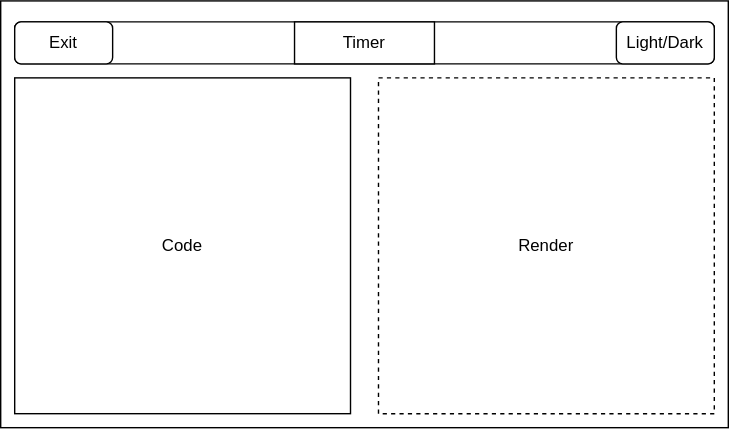
The draw.io diagram docs/wireframes/game_screen.svg in cse110-sp26-group23/cse110-sp26-group23, before a commit. Source tidied: cells renumbered, new cells last; positions are measured from the earlier drawing's top-left corner, leaving out a move shared by most shapes.
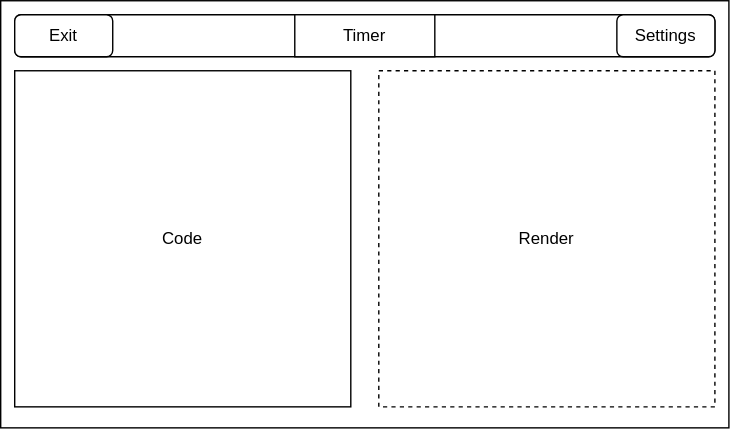
Above is the later version.

Commit message:
Update wireframes with settings, exit, play again

Diff of the diagram source:
```diff
@@ -8,7 +8,7 @@
     <mxCell id="3" value="Exit" style="rounded=1;whiteSpace=wrap;html=1;" parent="1" vertex="1">
       <mxGeometry x="10" y="15" width="70" height="30" as="geometry" />
     </mxCell>
-    <mxCell id="4" value="Light/Dark" style="rounded=1;whiteSpace=wrap;html=1;" parent="1" vertex="1">
+    <mxCell id="4" value="Settings" style="rounded=1;whiteSpace=wrap;html=1;" parent="1" vertex="1">
       <mxGeometry x="440" y="15" width="70" height="30" as="geometry" />
     </mxCell>
     <mxCell id="5" value="Timer" style="rounded=0;whiteSpace=wrap;html=1;" parent="1" vertex="1">
@@ -21,7 +21,7 @@
       <mxGeometry x="270" y="55" width="240" height="240" as="geometry" />
     </mxCell>
     <mxCell id="8" style="rounded=0;whiteSpace=wrap;html=1;fillColor=none;" parent="1" vertex="1">
-      <mxGeometry width="520" height="305" as="geometry" />
+      <mxGeometry y="5" width="520" height="305" as="geometry" />
     </mxCell>
   </root>
 </mxGraphModel>
```
